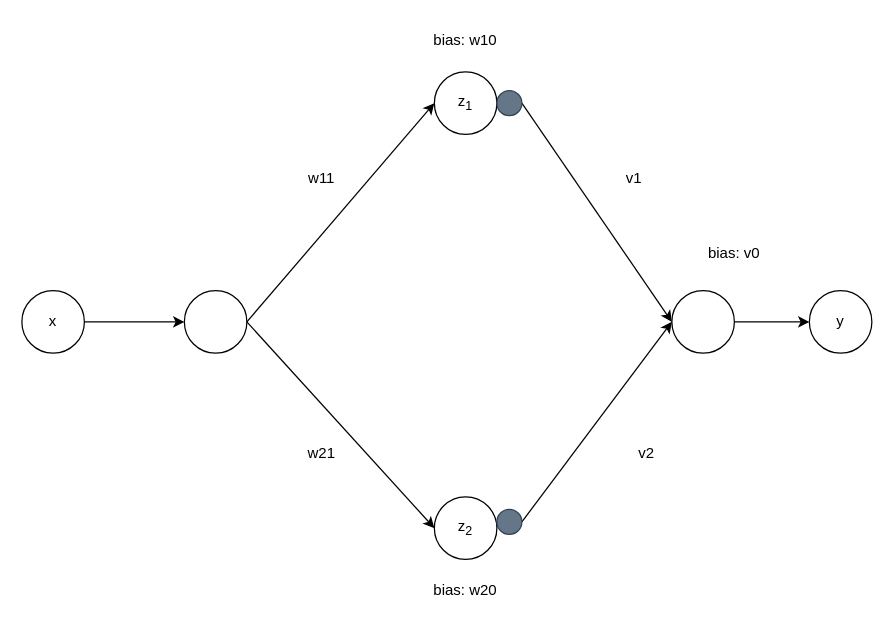
Before: mini-project-diagram-2.drawio in JonathanALevine/ELEC5404, a draw.io diagram. Source tidied: cells renumbered, new cells numbered last; positions are measured from the earlier drawing's top-left corner, leaving out a move shared by most shapes. Both pictures are drawn from the tidied source at 125%, with x=0, y=0 at pixel (21, 21).
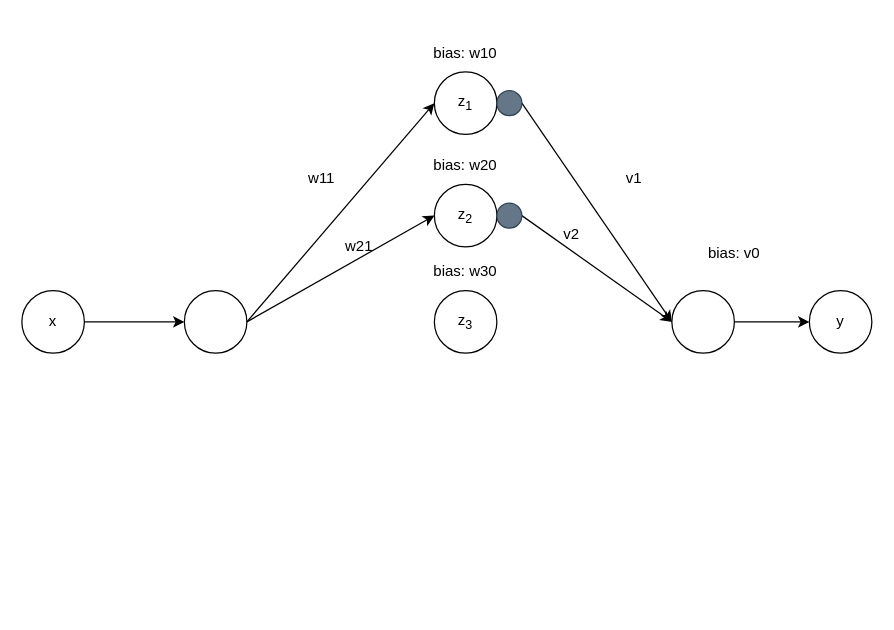
The same page after the edit.

Diff of the diagram source:
```diff
@@
     <mxCell id="4" value="z&lt;sub&gt;2&lt;/sub&gt;" style="ellipse;whiteSpace=wrap;html=1;" parent="1" vertex="1">
-      <mxGeometry x="330" y="380" width="50" height="50" as="geometry" />
+      <mxGeometry x="330" y="130" width="50" height="50" as="geometry" />
     </mxCell>
@@
     <mxCell id="11" style="ellipse;whiteSpace=wrap;html=1;fillColor=#647687;fontColor=#ffffff;strokeColor=#314354;" parent="1" vertex="1">
-      <mxGeometry x="380" y="390" width="20" height="20" as="geometry" />
+      <mxGeometry x="380" y="145" width="20" height="20" as="geometry" />
     </mxCell>
@@
     <mxCell id="15" value="w21" style="text;html=1;strokeColor=none;fillColor=none;align=center;verticalAlign=middle;whiteSpace=wrap;rounded=0;" parent="1" vertex="1">
-      <mxGeometry x="210" y="330" width="60" height="30" as="geometry" />
+      <mxGeometry x="240" y="165" width="60" height="30" as="geometry" />
     </mxCell>
@@
     <mxCell id="19" value="v2" style="text;html=1;strokeColor=none;fillColor=none;align=center;verticalAlign=middle;whiteSpace=wrap;rounded=0;" parent="1" vertex="1">
-      <mxGeometry x="470" y="330" width="60" height="30" as="geometry" />
+      <mxGeometry x="410" y="155" width="60" height="30" as="geometry" />
     </mxCell>
     <mxCell id="20" value="bias: w10" style="text;html=1;strokeColor=none;fillColor=none;align=center;verticalAlign=middle;whiteSpace=wrap;rounded=0;" parent="1" vertex="1">
-      <mxGeometry x="325" width="60" height="30" as="geometry" />
+      <mxGeometry x="325" y="10" width="60" height="30" as="geometry" />
     </mxCell>
     <mxCell id="21" value="bias: w20" style="text;html=1;strokeColor=none;fillColor=none;align=center;verticalAlign=middle;whiteSpace=wrap;rounded=0;" parent="1" vertex="1">
-      <mxGeometry x="325" y="440" width="60" height="30" as="geometry" />
+      <mxGeometry x="325" y="100" width="60" height="30" as="geometry" />
     </mxCell>
@@
+    <mxCell id="23" value="z&lt;sub&gt;3&lt;/sub&gt;" style="ellipse;whiteSpace=wrap;html=1;" parent="1" vertex="1">
+      <mxGeometry x="330" y="215" width="50" height="50" as="geometry" />
+    </mxCell>
+    <mxCell id="24" value="bias: w30" style="text;html=1;strokeColor=none;fillColor=none;align=center;verticalAlign=middle;whiteSpace=wrap;rounded=0;" parent="1" vertex="1">
+      <mxGeometry x="325" y="185" width="60" height="30" as="geometry" />
+    </mxCell>
```
